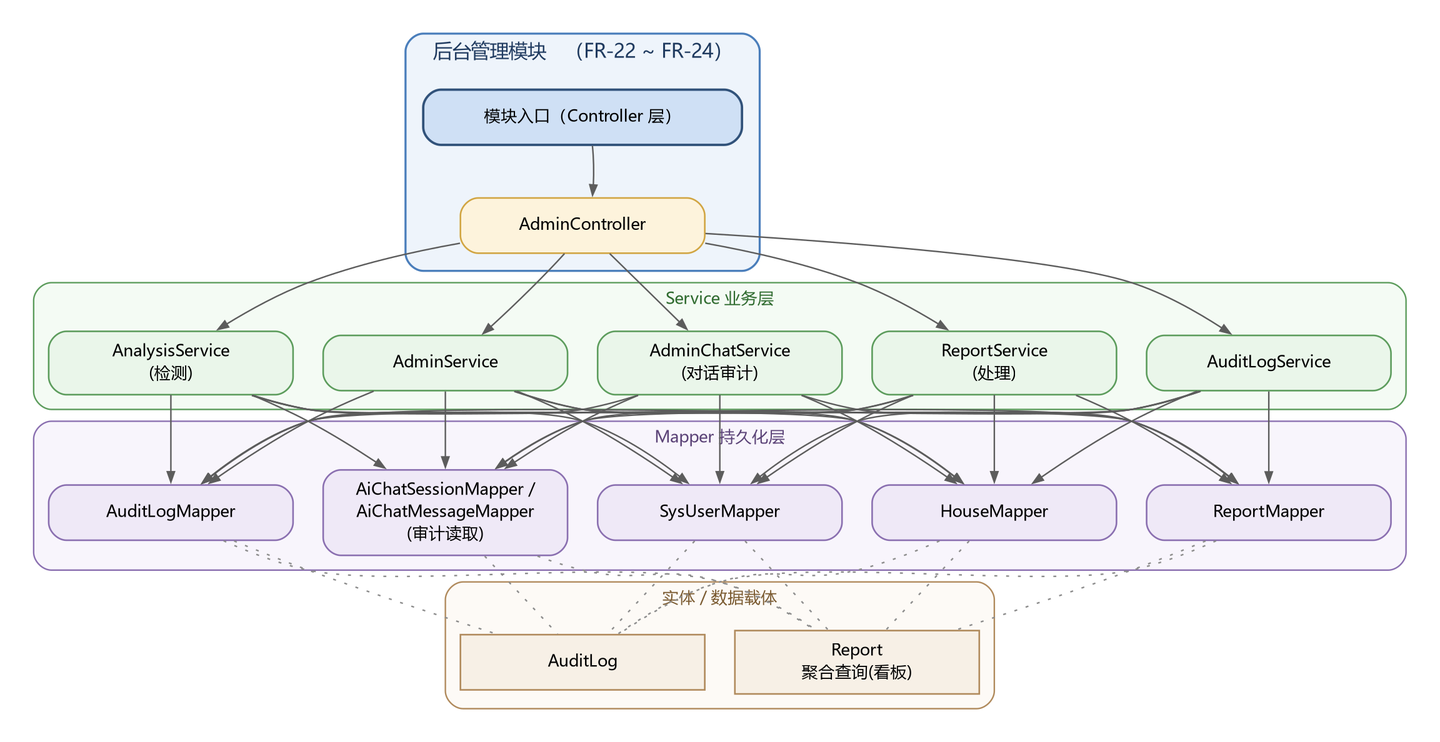
Above: doc/03.概要设计/assets/figures/fig_3_1_mod_admin.png in chuanshanjia666/RentAgent (Graphviz), before the change. Its source is kept beside it as doc/03.概要设计/assets/figures/fig_3_1_mod_admin.dot.
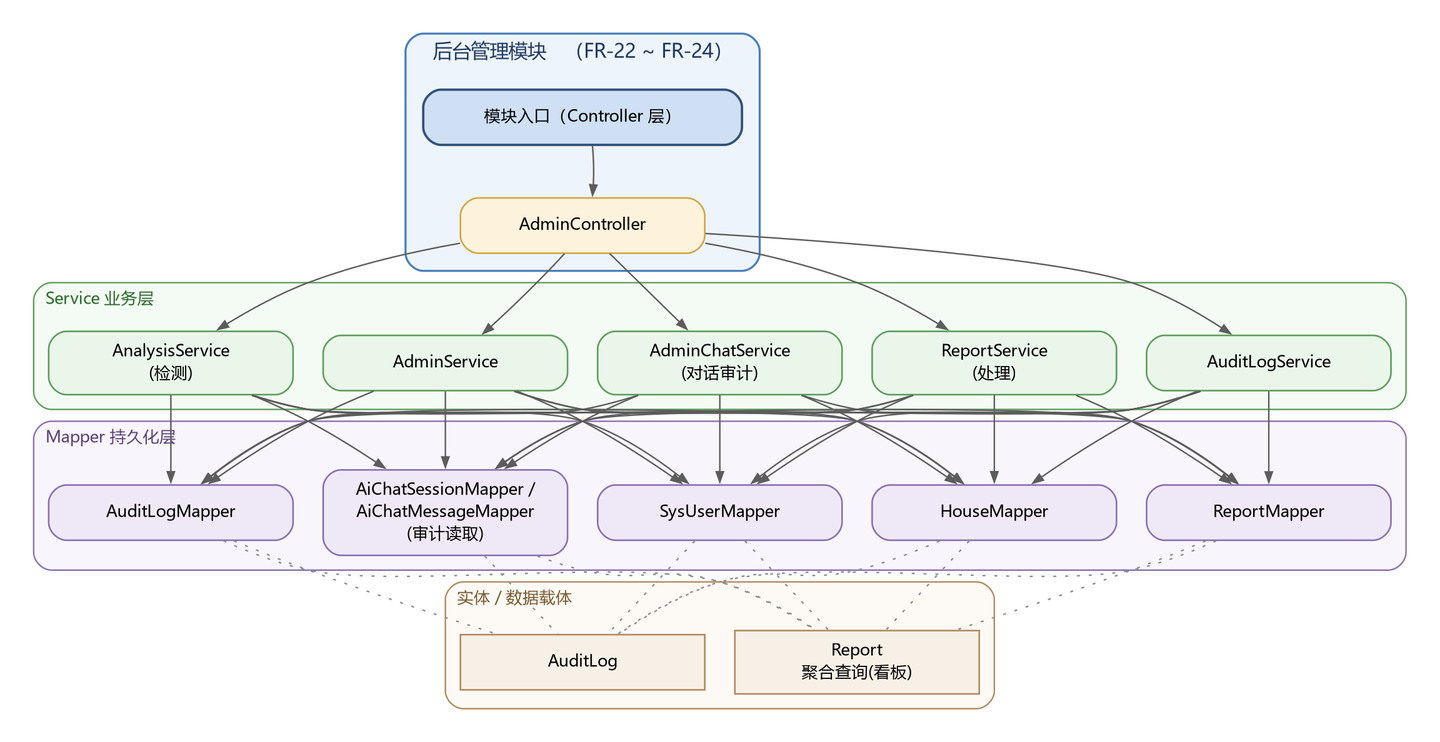
Above is the later version.

The edit, as a diff of the source:
```diff
@@ -21,7 +21,7 @@
   }
 
   subgraph cluster_1 {
-    label="Service 业务层"; fontsize=11; fontcolor="#2f6b2f";
+    label="Service 业务层"; fontsize=11; fontcolor="#2f6b2f"; labeljust="l";
     style="rounded,filled"; fillcolor="#f4fbf4"; color="#5c9c5c"; margin=10;
   s0 [label="AdminService", fillcolor="#eaf6ea", color="#5c9c5c"];
   s1 [label="AdminChatService\n(对话审计)", fillcolor="#eaf6ea", color="#5c9c5c"];
@@ -33,7 +33,7 @@
   }
 
   subgraph cluster_2 {
-    label="Mapper 持久化层"; fontsize=11; fontcolor="#5c4478";
+    label="Mapper 持久化层"; fontsize=11; fontcolor="#5c4478"; labeljust="l";
     style="rounded,filled"; fillcolor="#f8f5fc"; color="#8a6fb0"; margin=10;
   p0 [label="SysUserMapper", fillcolor="#efe9f7", color="#8a6fb0"];
   p1 [label="HouseMapper", fillcolor="#efe9f7", color="#8a6fb0"];
@@ -45,7 +45,7 @@
   }
 
   subgraph cluster_3 {
-    label="实体 / 数据载体"; fontsize=11; fontcolor="#7a5a30";
+    label="实体 / 数据载体"; fontsize=11; fontcolor="#7a5a30"; labeljust="l";
     style="rounded,filled"; fillcolor="#fdfaf6"; color="#b08a5c"; margin=10;
   e0 [label="AuditLog", fillcolor="#f7f0e6", color="#b08a5c", shape=box, style=filled];
   e1 [label="Report\n聚合查询(看板)", fillcolor="#f7f0e6", color="#b08a5c", shape=box, style=filled];
```
